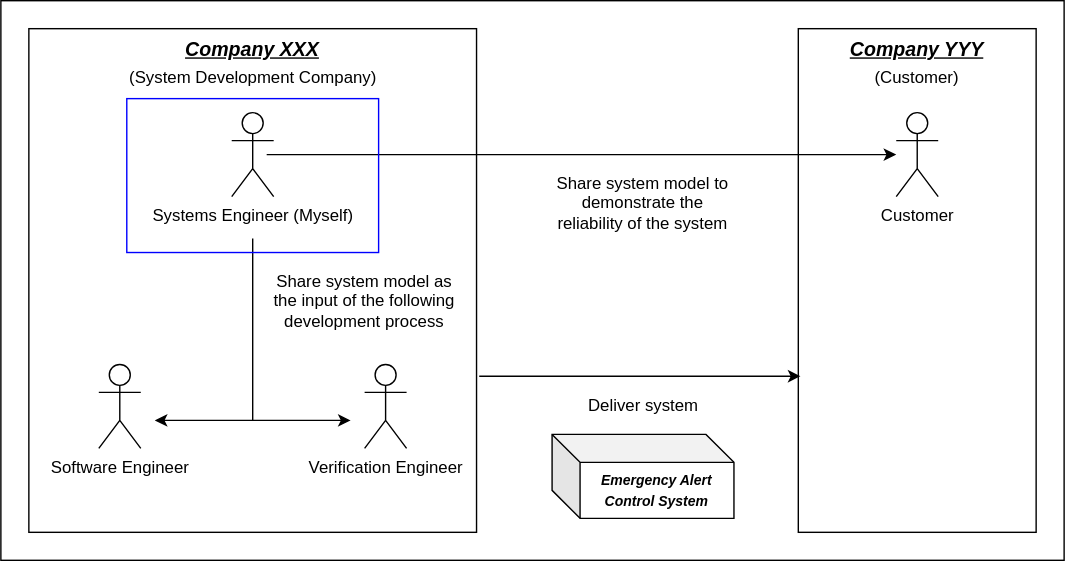
Before: image/stakeholder-relationships.drawio.svg, a diagram exported from draw.io (yutaro-ito/sample-sysml-v2-project). Source tidied: cells renumbered, new cells last; positions are measured from the earlier drawing's top-left corner, leaving out a move shared by most shapes. Its diagram source:
```xml
<mxGraphModel>
  <root>
    <mxCell id="0" />
    <mxCell id="1" parent="0" />
    <mxCell id="2" style="rounded=0;whiteSpace=wrap;html=1;" parent="1" vertex="1">
      <mxGeometry width="760" height="400" as="geometry" />
    </mxCell>
    <mxCell id="3" style="rounded=0;whiteSpace=wrap;html=1;" parent="1" vertex="1">
      <mxGeometry x="570" y="20" width="170" height="360" as="geometry" />
    </mxCell>
    <mxCell id="4" style="rounded=0;whiteSpace=wrap;html=1;" parent="1" vertex="1">
      <mxGeometry x="20" y="20" width="320" height="360" as="geometry" />
    </mxCell>
    <mxCell id="5" value="Systems Engineer (Myself)" style="shape=umlActor;verticalLabelPosition=bottom;verticalAlign=top;html=1;" parent="1" vertex="1">
      <mxGeometry x="165" y="80" width="30" height="60" as="geometry" />
    </mxCell>
    <mxCell id="6" value="Software Engineer" style="shape=umlActor;verticalLabelPosition=bottom;verticalAlign=top;html=1;" parent="1" vertex="1">
      <mxGeometry x="70" y="260" width="30" height="60" as="geometry" />
    </mxCell>
    <mxCell id="7" value="Customer" style="shape=umlActor;verticalLabelPosition=bottom;verticalAlign=top;html=1;outlineConnect=0;" parent="1" vertex="1">
      <mxGeometry x="640" y="80" width="30" height="60" as="geometry" />
    </mxCell>
    <mxCell id="8" value="Company XXX" style="text;html=1;strokeColor=none;fillColor=none;align=center;verticalAlign=middle;whiteSpace=wrap;rounded=0;fontColor=#000000;fontStyle=7;fontSize=14;" parent="1" vertex="1">
      <mxGeometry x="55" y="20" width="250" height="30" as="geometry" />
    </mxCell>
    <mxCell id="9" value="Company YYY" style="text;html=1;strokeColor=none;fillColor=none;align=center;verticalAlign=middle;whiteSpace=wrap;rounded=0;fontColor=#000000;fontStyle=7;fontSize=14;" parent="1" vertex="1">
      <mxGeometry x="570" y="20" width="170" height="30" as="geometry" />
    </mxCell>
    <mxCell id="10" value="Verification Engineer" style="shape=umlActor;verticalLabelPosition=bottom;verticalAlign=top;html=1;" parent="1" vertex="1">
      <mxGeometry x="260" y="260" width="30" height="60" as="geometry" />
    </mxCell>
    <mxCell id="11" style="endArrow=classic;html=1;rounded=0;fontSize=12;exitX=1.006;exitY=0.69;exitDx=0;exitDy=0;entryX=0.009;entryY=0.69;entryDx=0;entryDy=0;entryPerimeter=0;exitPerimeter=0;" parent="1" edge="1" source="4" target="3">
      <mxGeometry relative="1" as="geometry" />
    </mxCell>
    <mxCell id="12" value="(System Development Company)" style="text;html=1;strokeColor=none;fillColor=none;align=center;verticalAlign=middle;whiteSpace=wrap;rounded=0;fontSize=12;" parent="1" vertex="1">
      <mxGeometry x="87.5" y="40" width="185" height="30" as="geometry" />
    </mxCell>
    <mxCell id="13" value="(Customer)" style="text;html=1;strokeColor=none;fillColor=none;align=center;verticalAlign=middle;whiteSpace=wrap;rounded=0;fontSize=12;" parent="1" vertex="1">
      <mxGeometry x="601.2" y="40" width="107.5" height="30" as="geometry" />
    </mxCell>
    <mxCell id="14" value="&lt;b&gt;&lt;i&gt;&lt;font style=&quot;font-size: 10px;&quot;&gt;Emergency Alert &lt;br&gt;Control System&lt;/font&gt;&lt;/i&gt;&lt;/b&gt;" style="shape=cube;whiteSpace=wrap;html=1;boundedLbl=1;backgroundOutline=1;darkOpacity=0.05;darkOpacity2=0.1;fontSize=12;" parent="1" vertex="1">
      <mxGeometry x="394" y="310" width="130" height="60" as="geometry" />
    </mxCell>
    <mxCell id="15" value="Deliver system" style="text;html=1;strokeColor=none;fillColor=none;align=center;verticalAlign=middle;whiteSpace=wrap;rounded=0;fontSize=12;" parent="1" vertex="1">
      <mxGeometry x="366.5" y="280" width="185" height="20" as="geometry" />
    </mxCell>
    <mxCell id="16" style="endArrow=classic;html=1;rounded=0;fontSize=10;" parent="1" edge="1" target="7">
      <mxGeometry relative="1" as="geometry">
        <mxPoint x="190" y="110" as="sourcePoint" />
      </mxGeometry>
    </mxCell>
    <mxCell id="17" value="Share system model to demonstrate the reliability of the system" style="text;html=1;strokeColor=none;fillColor=none;align=center;verticalAlign=middle;whiteSpace=wrap;rounded=0;fontSize=12;" parent="1" vertex="1">
      <mxGeometry x="392.2" y="120" width="133.5" height="50" as="geometry" />
    </mxCell>
    <mxCell id="18" style="endArrow=none;html=1;rounded=0;fontSize=10;" parent="1" edge="1">
      <mxGeometry relative="1" as="geometry">
        <mxPoint x="180" y="170" as="sourcePoint" />
        <mxPoint x="180" y="300" as="targetPoint" />
      </mxGeometry>
    </mxCell>
    <mxCell id="19" style="endArrow=classic;html=1;rounded=0;fontSize=10;startArrow=classic;startFill=1;endFill=1;" parent="1" edge="1">
      <mxGeometry relative="1" as="geometry">
        <mxPoint x="110" y="300" as="sourcePoint" />
        <mxPoint x="250" y="300" as="targetPoint" />
      </mxGeometry>
    </mxCell>
    <mxCell id="20" value="Share system model as the input of the following development process" style="text;html=1;strokeColor=none;fillColor=none;align=center;verticalAlign=middle;whiteSpace=wrap;rounded=0;fontSize=12;" parent="1" vertex="1">
      <mxGeometry x="190" y="190" width="140" height="50" as="geometry" />
    </mxCell>
    <mxCell id="21" style="rounded=0;whiteSpace=wrap;html=1;fillColor=none;strokeColor=#0000FF;" parent="1" vertex="1">
      <mxGeometry x="90" y="70" width="180" height="110" as="geometry" />
    </mxCell>
  </root>
</mxGraphModel>
```
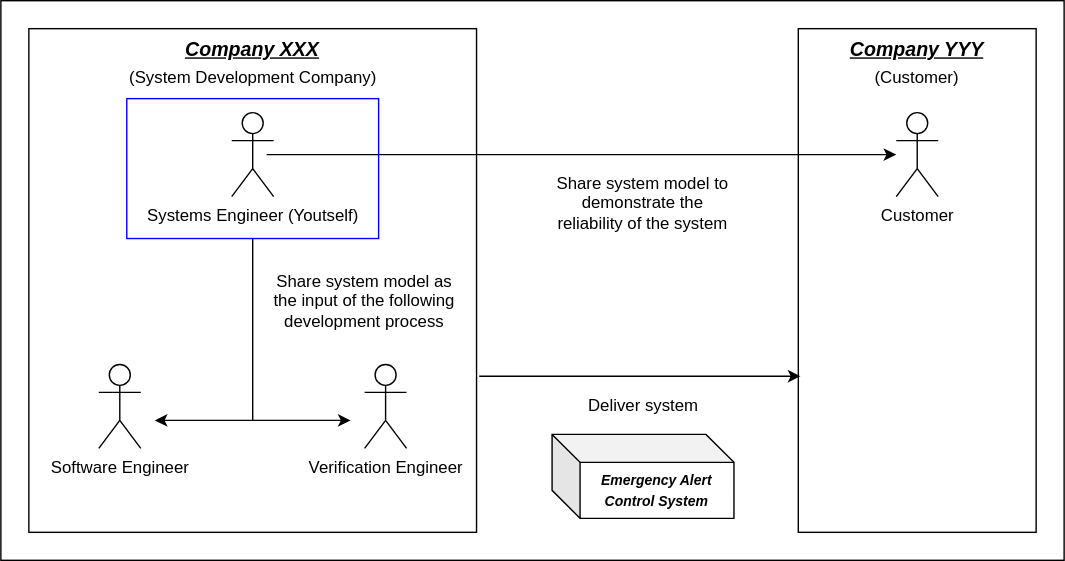
Above is the later version.

The edit, as a diff of the source:
```diff
@@ -11,7 +11,7 @@
     <mxCell id="4" style="rounded=0;whiteSpace=wrap;html=1;" parent="1" vertex="1">
       <mxGeometry x="20" y="20" width="320" height="360" as="geometry" />
     </mxCell>
-    <mxCell id="5" value="Systems Engineer (Myself)" style="shape=umlActor;verticalLabelPosition=bottom;verticalAlign=top;html=1;" parent="1" vertex="1">
+    <mxCell id="5" value="Systems Engineer (Youtself)" style="shape=umlActor;verticalLabelPosition=bottom;verticalAlign=top;html=1;" parent="1" vertex="1">
       <mxGeometry x="165" y="80" width="30" height="60" as="geometry" />
     </mxCell>
     <mxCell id="6" value="Software Engineer" style="shape=umlActor;verticalLabelPosition=bottom;verticalAlign=top;html=1;" parent="1" vertex="1">
@@ -68,7 +68,7 @@
       <mxGeometry x="190" y="190" width="140" height="50" as="geometry" />
     </mxCell>
     <mxCell id="21" style="rounded=0;whiteSpace=wrap;html=1;fillColor=none;strokeColor=#0000FF;" parent="1" vertex="1">
-      <mxGeometry x="90" y="70" width="180" height="110" as="geometry" />
+      <mxGeometry x="90" y="70" width="180" height="100" as="geometry" />
     </mxCell>
   </root>
 </mxGraphModel>
```
